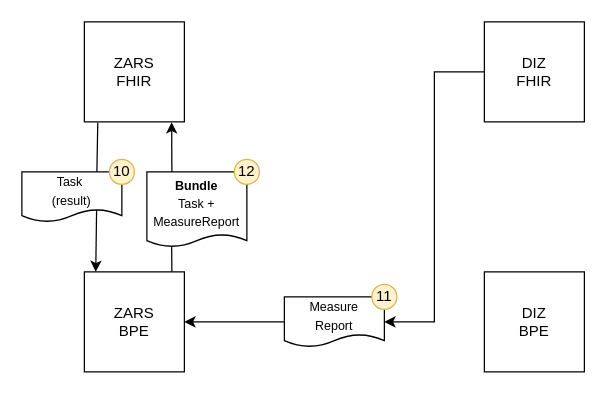
Before: mii-process-feasibility/docs/feasibility-process-05.drawio in medizininformatik-initiative/mii-process-feasibility, a draw.io diagram. Source tidied: cells renumbered, new cells numbered last; positions are measured from the earlier drawing's top-left corner, leaving out a move shared by most shapes. Both pictures are drawn from the tidied source at 125%, with x=0, y=0 at pixel (21, 21).
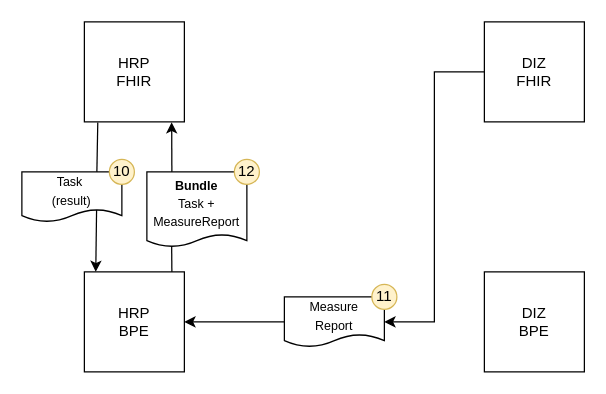
Above is the later version.

Commit message (it also covers changes not shown here):
Replace ZARS by HRP

What changed in the source:
```diff
@@
 <mxGraphModel>
   <root>
     <mxCell id="0" />
     <mxCell id="1" parent="0" />
     <mxCell id="2" style="edgeStyle=orthogonalEdgeStyle;rounded=0;jettySize=auto;html=1;exitX=0.134;exitY=1.007;exitDx=0;exitDy=0;entryX=0.75;entryY=0;entryDx=0;entryDy=0;startArrow=none;startFill=0;endArrow=none;endFill=0;exitPerimeter=0;" parent="1" edge="1" source="3" target="15">
       <mxGeometry relative="1" as="geometry" />
     </mxCell>
-    <mxCell id="3" value="ZARS&lt;br&gt;FHIR" style="whiteSpace=wrap;html=1;" parent="1" vertex="1">
+    <mxCell id="3" value="HRP&lt;br&gt;FHIR" style="whiteSpace=wrap;html=1;" parent="1" vertex="1">
       <mxGeometry x="50" width="80" height="80" as="geometry" />
     </mxCell>
     <mxCell id="4" style="edgeStyle=orthogonalEdgeStyle;rounded=0;jettySize=auto;html=1;exitX=0.875;exitY=0.002;exitDx=0;exitDy=0;entryX=0.248;entryY=0.994;entryDx=0;entryDy=0;entryPerimeter=0;startArrow=none;startFill=0;endArrow=none;endFill=0;exitPerimeter=0;" parent="1" edge="1" source="6" target="11">
       <mxGeometry relative="1" as="geometry" />
     </mxCell>
     <mxCell id="5" style="edgeStyle=orthogonalEdgeStyle;rounded=0;jettySize=auto;html=1;exitX=0.114;exitY=0;exitDx=0;exitDy=0;startArrow=classic;startFill=1;endArrow=none;endFill=0;exitPerimeter=0;entryX=0.747;entryY=0.761;entryDx=0;entryDy=0;entryPerimeter=0;" parent="1" edge="1" source="6" target="15">
       <mxGeometry relative="1" as="geometry">
         <Array as="points">
           <mxPoint x="60" y="200" />
         </Array>
       </mxGeometry>
     </mxCell>
-    <mxCell id="6" value="ZARS&lt;br&gt;BPE" style="whiteSpace=wrap;html=1;" parent="1" vertex="1">
+    <mxCell id="6" value="HRP&lt;br&gt;BPE" style="whiteSpace=wrap;html=1;" parent="1" vertex="1">
       <mxGeometry x="50" y="200" width="80" height="80" as="geometry" />
     </mxCell>
     <mxCell id="7" style="edgeStyle=orthogonalEdgeStyle;rounded=0;jettySize=auto;html=1;exitX=0;exitY=0.5;exitDx=0;exitDy=0;entryX=1;entryY=0.5;entryDx=0;entryDy=0;startArrow=none;startFill=0;endArrow=classic;endFill=1;" parent="1" edge="1" source="8" target="14">
       <mxGeometry relative="1" as="geometry" />
     </mxCell>
     <mxCell id="8" value="DIZ&lt;br&gt;FHIR" style="whiteSpace=wrap;html=1;" parent="1" vertex="1">
       <mxGeometry x="370" width="80" height="80" as="geometry" />
     </mxCell>
     <mxCell id="9" value="DIZ&lt;br&gt;BPE" style="whiteSpace=wrap;html=1;" parent="1" vertex="1">
       <mxGeometry x="370" y="200" width="80" height="80" as="geometry" />
     </mxCell>
     <mxCell id="10" style="edgeStyle=orthogonalEdgeStyle;rounded=0;jettySize=auto;html=1;exitX=0.25;exitY=0;exitDx=0;exitDy=0;startArrow=none;startFill=0;endArrow=classic;endFill=1;entryX=0.873;entryY=1.004;entryDx=0;entryDy=0;entryPerimeter=0;" parent="1" edge="1" source="11" target="3">
       <mxGeometry relative="1" as="geometry" />
     </mxCell>
     <mxCell id="11" value="&lt;font style=&quot;font-size: 10px&quot;&gt;&lt;b&gt;Bundle&lt;/b&gt;&lt;br&gt;Task +&lt;br&gt;MeasureReport&lt;/font&gt;" style="shape=document;whiteSpace=wrap;html=1;boundedLbl=1;size=0.16666666666666669;" parent="1" vertex="1">
       <mxGeometry x="100" y="120" width="80" height="60" as="geometry" />
     </mxCell>
     <mxCell id="12" value="12" style="ellipse;whiteSpace=wrap;html=1;fillColor=#fff2cc;strokeColor=#d6b656;" parent="1" vertex="1">
       <mxGeometry x="170" y="110" width="20" height="20" as="geometry" />
     </mxCell>
     <mxCell id="13" style="edgeStyle=orthogonalEdgeStyle;rounded=0;jettySize=auto;html=1;exitX=0;exitY=0.5;exitDx=0;exitDy=0;entryX=1;entryY=0.5;entryDx=0;entryDy=0;startArrow=none;startFill=0;endArrow=classic;endFill=1;" parent="1" edge="1" source="14" target="6">
       <mxGeometry relative="1" as="geometry" />
     </mxCell>
     <mxCell id="14" value="&lt;font style=&quot;font-size: 10px&quot;&gt;Measure&lt;br&gt;Report&lt;/font&gt;" style="shape=document;whiteSpace=wrap;html=1;boundedLbl=1;size=0.25;" parent="1" vertex="1">
       <mxGeometry x="210" y="220" width="80" height="40" as="geometry" />
     </mxCell>
     <mxCell id="15" value="&lt;font style=&quot;font-size: 10px&quot;&gt;Task&amp;nbsp;&lt;br&gt;(result)&lt;/font&gt;" style="shape=document;whiteSpace=wrap;html=1;boundedLbl=1;size=0.25;" parent="1" vertex="1">
       <mxGeometry y="120" width="80" height="40" as="geometry" />
     </mxCell>
     <mxCell id="16" value="10" style="ellipse;whiteSpace=wrap;html=1;fillColor=#fff2cc;strokeColor=#d6b656;" parent="1" vertex="1">
       <mxGeometry x="70" y="110" width="20" height="20" as="geometry" />
     </mxCell>
     <mxCell id="17" value="11" style="ellipse;whiteSpace=wrap;html=1;fillColor=#fff2cc;strokeColor=#d6b656;" parent="1" vertex="1">
       <mxGeometry x="280" y="210" width="20" height="20" as="geometry" />
     </mxCell>
   </root>
 </mxGraphModel>
```
